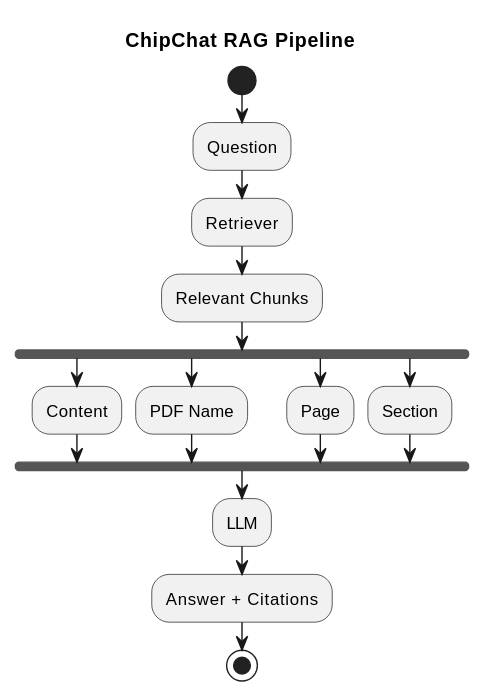
This is assets/Pipeline.svg from Alison0704/ChipChat, a PlantUML export, as it was before one commit.
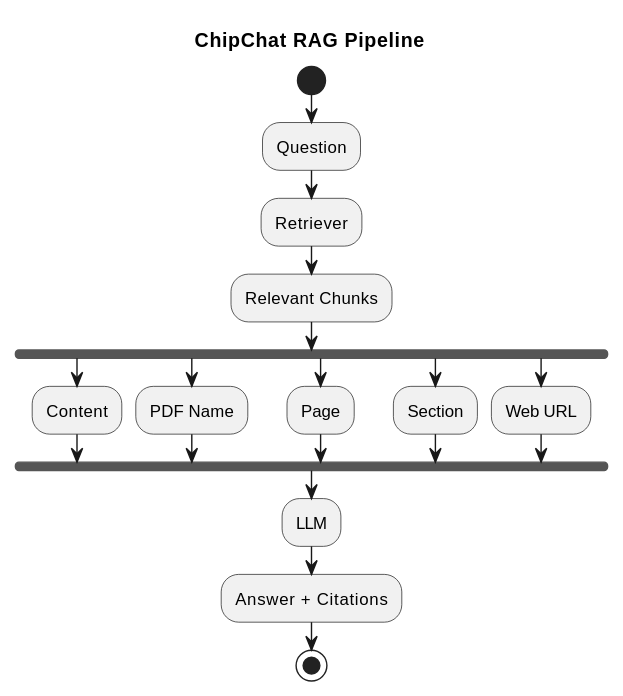
Later version of the same file.

The edit, as a diff of the source:
```diff
@@ -10,13 +10,25 @@
 :Relevant Chunks;
 
 fork
+
     :Content;
+
 fork again
+
     :PDF Name;
+
 fork again
+
     :Page;
+
 fork again
+
     :Section;
+
+fork again
+
+    :Web URL;
+
 end fork
 
 :LLM;
```
